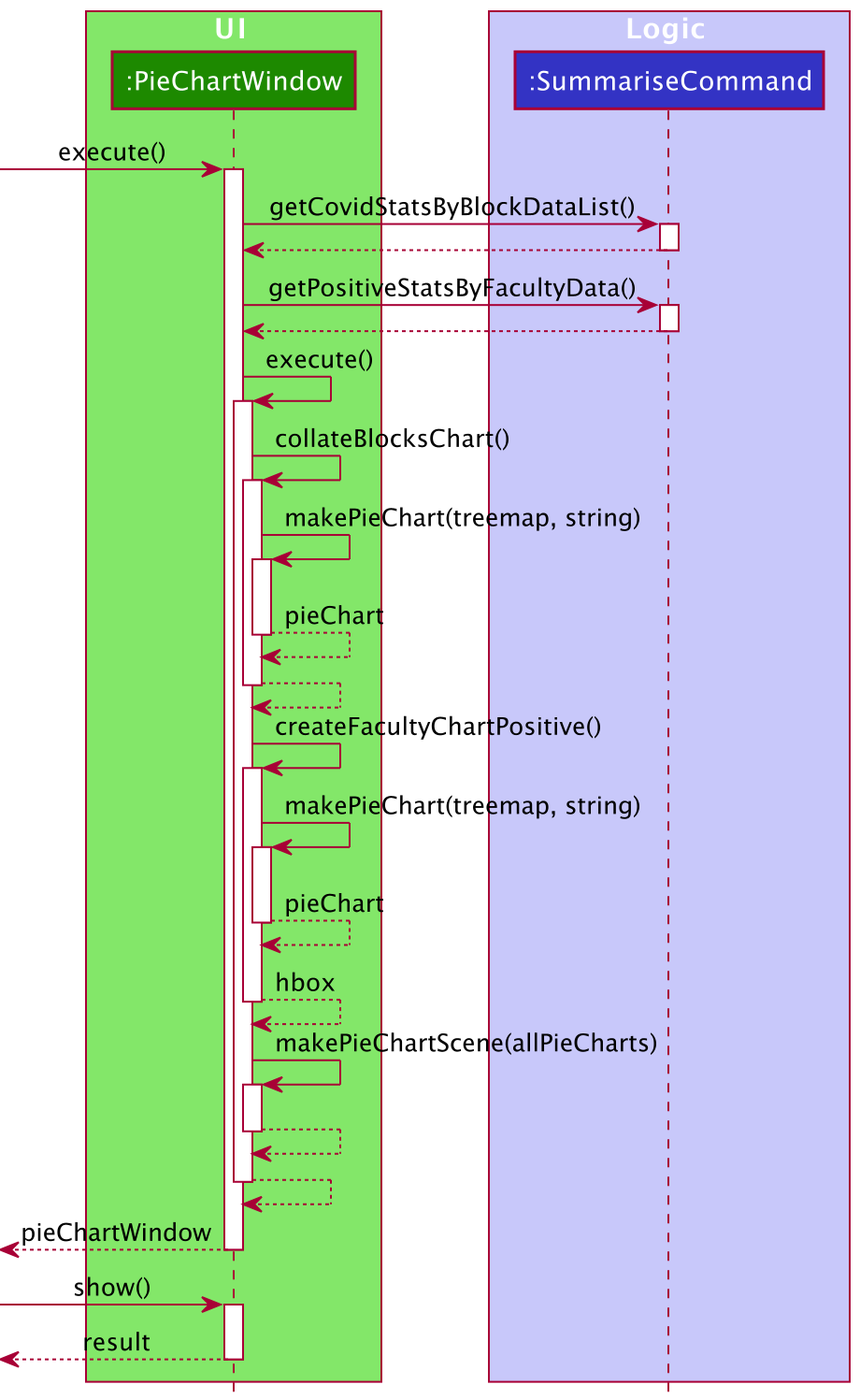
Before: docs/images/PieChartWindowSequenceDiagram.png, a diagram exported from PlantUML (nus-cs2103-AY2122S2/tp). Its source is kept beside it as docs/diagrams/PieChartWindowSequenceDiagram.puml.
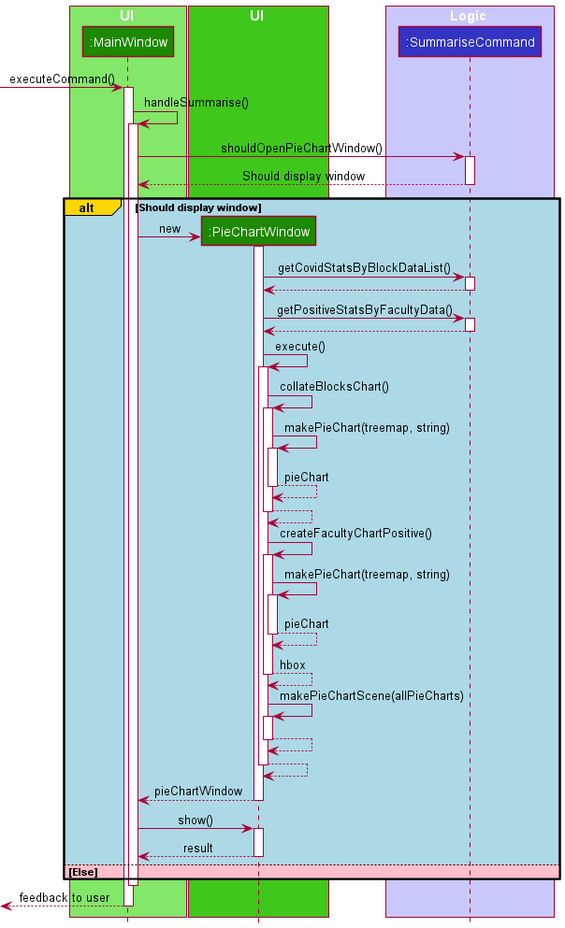
Later version of the same file.

Commit message:
Update sequence diagram for pie chart window feature

Diff of the diagram source:
```diff
@@ -2,6 +2,10 @@
 !include style.puml
 
 box UI UI_COLOR_T1
+participant ":MainWindow" as MainWindow UI_COLOR
+end box
+
+box UI UI_COLOR_T2
 participant ":PieChartWindow" as PieChartWindow UI_COLOR
 end box
 
@@ -9,7 +13,24 @@
 participant ":SummariseCommand" as SummariseCommand LOGIC_COLOR
 end box
 
-[-> PieChartWindow : execute()
+[-> MainWindow : executeCommand()
+activate MainWindow
+
+MainWindow -> MainWindow : handleSummarise()
+activate MainWindow
+
+MainWindow -> SummariseCommand : shouldOpenPieChartWindow()
+activate SummariseCommand
+
+SummariseCommand --> MainWindow : Should display window
+deactivate SummariseCommand
+
+alt#Gold #LightBlue Should display window
+
+create PieChartWindow
+MainWindow -> PieChartWindow : new
+
+
 activate PieChartWindow
 
 PieChartWindow -> SummariseCommand : getCovidStatsByBlockDataList()
@@ -60,13 +81,20 @@
 
 PieChartWindow --> PieChartWindow
 deactivate PieChartWindow
-[<--PieChartWindow : pieChartWindow
+PieChartWindow --> MainWindow: pieChartWindow
 deactivate PieChartWindow
 
 
-[-> PieChartWindow : show()
+MainWindow -> PieChartWindow : show()
 activate PieChartWindow
 
-[<--PieChartWindow : result
+MainWindow <--PieChartWindow : result
 deactivate PieChartWindow
+
+else #Pink Else
+
+end
+deactivate MainWindow
+[<--MainWindow : feedback to user
+deactivate MainWindow
 @enduml
```
